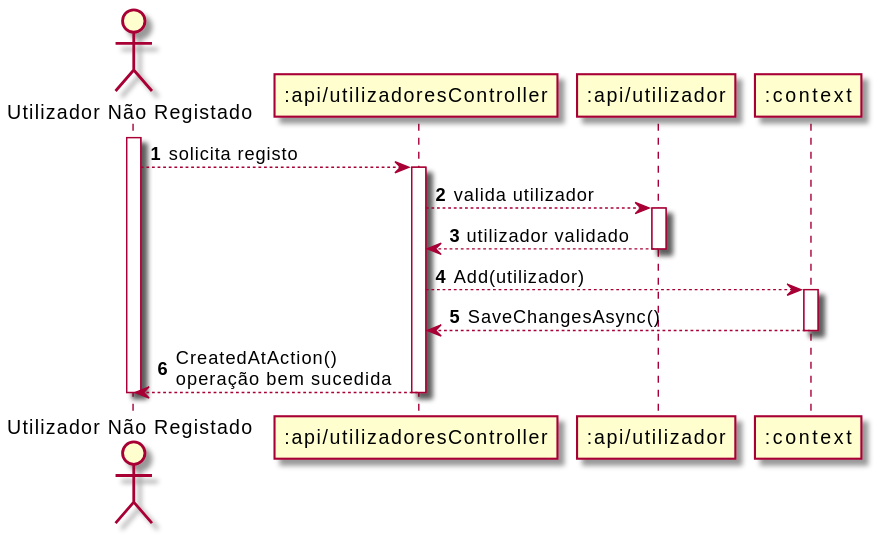
The PlantUML diagram Documentos/Sprint3/UC6/UC6_SD.svg in UPskillDOTNET/Jakim-das-Coives-S.A., before a commit. The source it was exported from:
```plantuml
@startuml
autonumber
actor "Utilizador Não Registado" as UNR
participant ":api/utilizadoresController" as UC
participant ":api/utilizador" as U
participant ":context" as C

activate UNR
UNR --> UC : solicita registo
activate UC

UC --> U : valida utilizador
activate U

U --> UC : utilizador validado
deactivate U

UC --> C : Add(utilizador)
activate C

C --> UC : SaveChangesAsync()
deactivate C

UC --> UNR: CreatedAtAction()\noperação bem sucedida
deactivate UC
deactivate UNR
@enduml
```
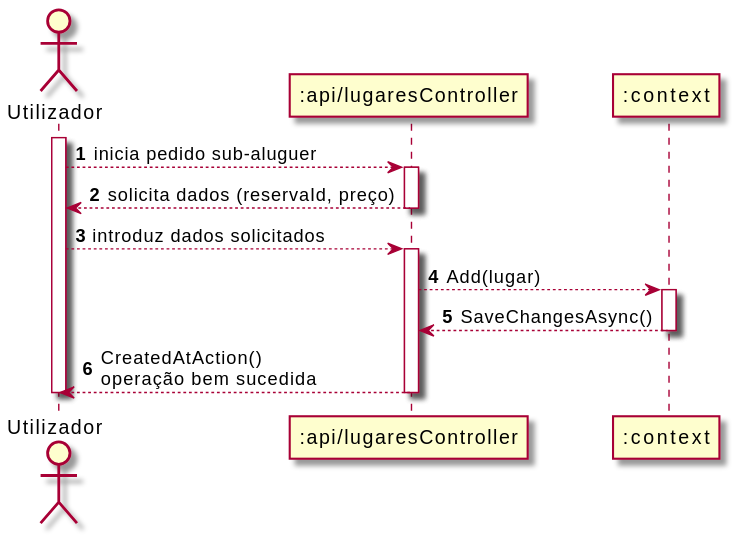
The same diagram one commit later.

Diff of the diagram source:
```diff
@@ -1,27 +1,26 @@
 @startuml
 autonumber
-actor "Utilizador Não Registado" as UNR
-participant ":api/utilizadoresController" as UC
-participant ":api/utilizador" as U
+actor "Utilizador" as U
+participant ":api/lugaresController" as RC
 participant ":context" as C
 
-activate UNR
-UNR --> UC : solicita registo
-activate UC
+activate U
+U --> RC : inicia pedido sub-aluguer
+activate RC
 
-UC --> U : valida utilizador
-activate U
+RC --> U : solicita dados (reservaId, preço)
+deactivate RC
 
-U --> UC : utilizador validado
-deactivate U
+U --> RC : introduz dados solicitados
+activate RC
 
-UC --> C : Add(utilizador)
+RC --> C : Add(lugar)
 activate C
 
-C --> UC : SaveChangesAsync()
+C --> RC : SaveChangesAsync()
 deactivate C
 
-UC --> UNR: CreatedAtAction()\noperação bem sucedida
-deactivate UC
-deactivate UNR
+RC --> U: CreatedAtAction()\noperação bem sucedida
+deactivate RC
+deactivate U
 @enduml
```
